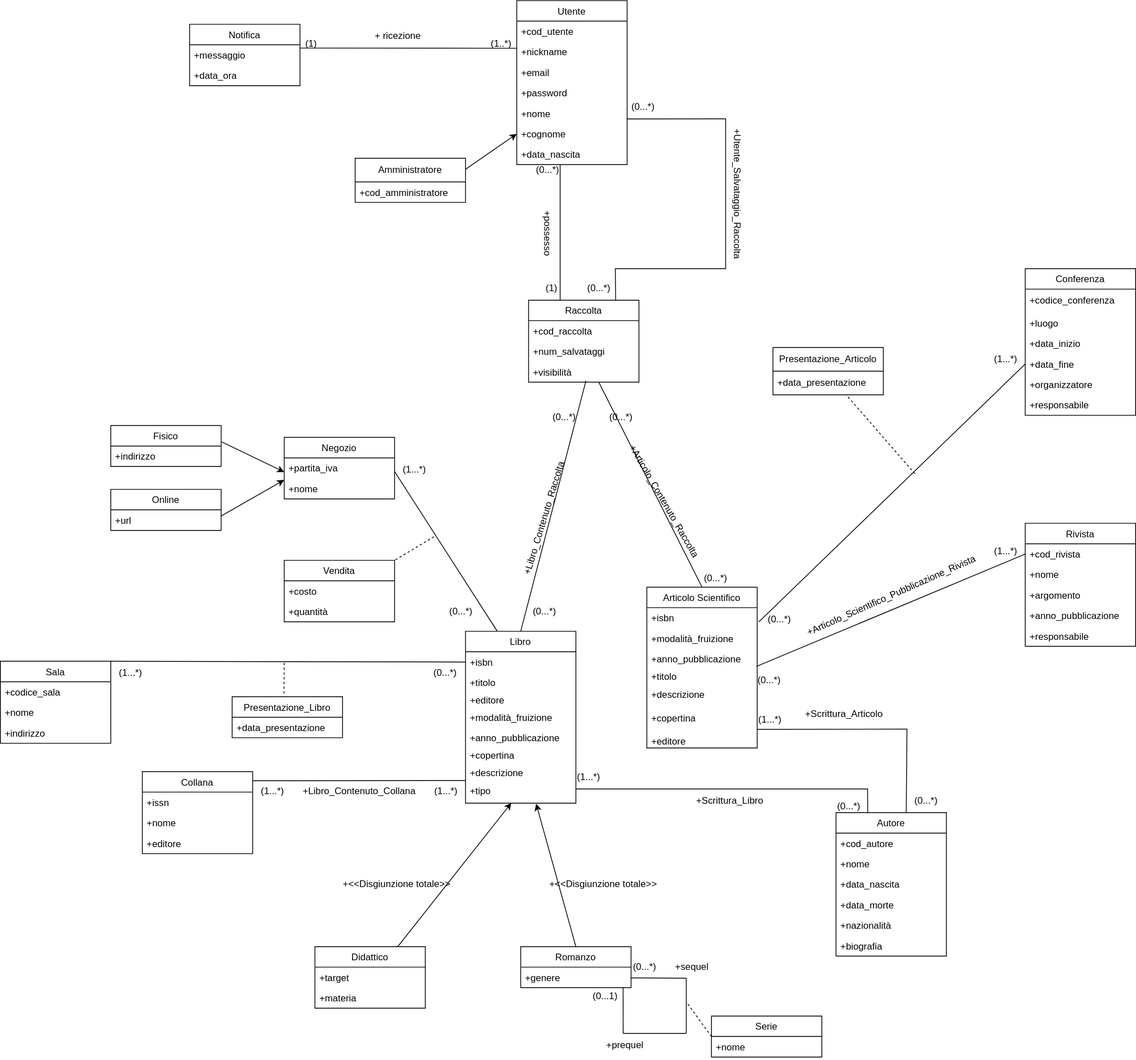
Before: progettazione_concettuale/Modello_Concettuale.drawio.svg, a diagram exported from draw.io (m3tt0/Progetto_OB_BASI). Source tidied: cells renumbered, new cells last; positions are measured from the earlier drawing's top-left corner, leaving out a move shared by most shapes.
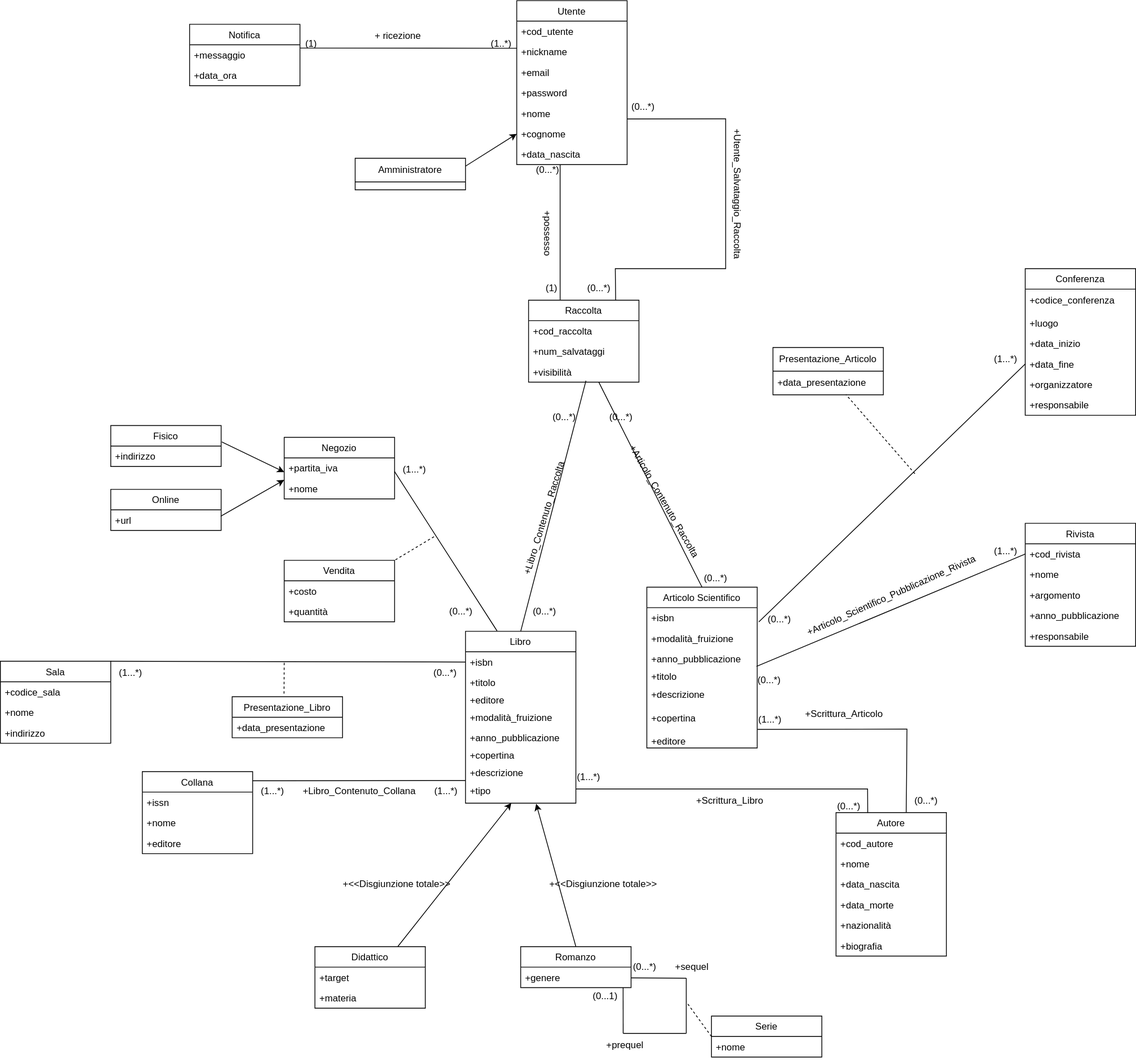
After the commit.

Change to the diagram source:
```diff
@@ -348,11 +348,8 @@
       <mxGeometry x="840" y="230" width="190" height="30" as="geometry" />
     </mxCell>
     <mxCell id="110" value="Amministratore" style="swimlane;fontStyle=0;horizontal=1;startSize=30;whiteSpace=wrap;html=1;fillColor=none;" parent="1" vertex="1">
-      <mxGeometry x="450" y="200" width="140" height="56" as="geometry" />
+      <mxGeometry x="450" y="200" width="140" height="40" as="geometry" />
     </mxCell>
-    <mxCell id="111" value="+cod_amministratore" style="text;strokeColor=none;fillColor=none;align=left;verticalAlign=top;spacingLeft=4;spacingRight=4;overflow=hidden;" parent="110" vertex="1">
-      <mxGeometry y="30" width="140" height="26" as="geometry" />
-    </mxCell>
     <mxCell id="112" style="endArrow=classic;html=1;rounded=0;entryX=0;entryY=0.5;entryDx=0;entryDy=0;exitX=1;exitY=0.25;exitDx=0;exitDy=0;" parent="1" edge="1" source="110" target="98">
       <mxGeometry relative="1" as="geometry" />
     </mxCell>
```
